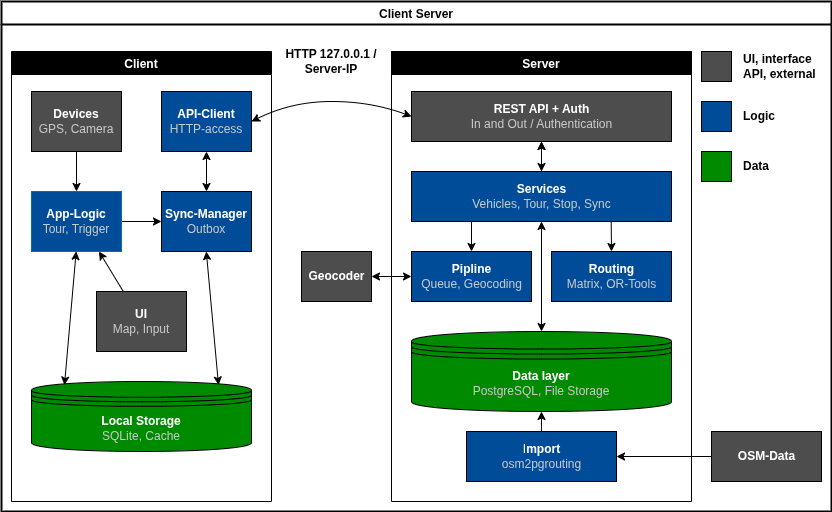
This is docs/architecture/Client-Server.drawio.png from gabrielbindi/VoBi-Tour, a draw.io export, as it was before one commit. Source tidied: cells renumbered, new cells last; positions are measured from the earlier drawing's top-left corner, leaving out a move shared by most shapes.
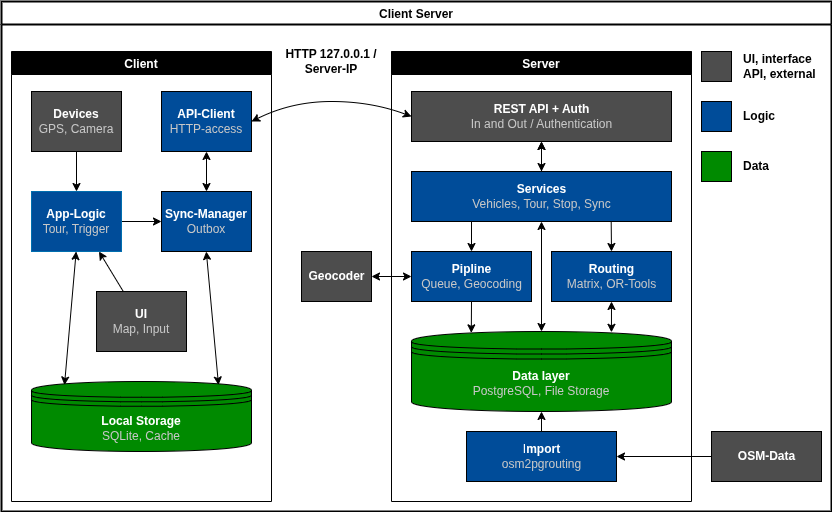
Above is the later version.

What changed in the source:
```diff
@@ -46,6 +46,12 @@
     <mxCell id="15" style="endArrow=classic;html=1;strokeColor=#000000;entryX=0.5;entryY=0;entryDx=0;entryDy=0;exitX=0.768;exitY=0.998;exitDx=0;exitDy=0;exitPerimeter=0;" parent="3" edge="1" source="8" target="5">
       <mxGeometry relative="1" as="geometry" />
     </mxCell>
+    <mxCell id="41" style="endArrow=classic;startArrow=classic;html=1;strokeColor=#000000;exitX=0.5;exitY=1;exitDx=0;exitDy=0;entryX=0.769;entryY=0.01;entryDx=0;entryDy=0;entryPerimeter=0;" parent="3" edge="1" source="5" target="6">
+      <mxGeometry relative="1" as="geometry" />
+    </mxCell>
+    <mxCell id="42" style="endArrow=classic;html=1;strokeColor=#000000;exitX=0.5;exitY=1;exitDx=0;exitDy=0;entryX=0.23;entryY=0.017;entryDx=0;entryDy=0;entryPerimeter=0;" parent="3" edge="1" source="13" target="6">
+      <mxGeometry relative="1" as="geometry" />
+    </mxCell>
     <mxCell id="16" value="Client" style="swimlane;strokeColor=#000000;labelBackgroundColor=none;fillColor=#000000;startSize=23;fontColor=#FFFFFF;gradientColor=none;swimlaneFillColor=none;" parent="2" vertex="1">
       <mxGeometry x="10" y="50" width="260" height="450" as="geometry" />
     </mxCell>
```
